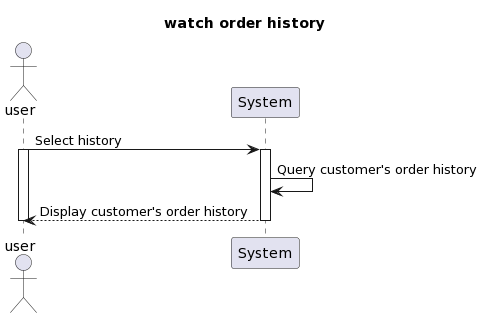
Above: Lab 1.2/Sequence Diagram/Watch order history/Watch order history.png in VietQuoc29/SE357-Pratice-class (PlantUML), before the change. The source it was exported from:
```plantuml
@startuml
Title watch order history

actor user
participant System

user -> System: Select history
activate user
activate System
System -> System: Query customer's order history
System --> user: Display customer's order history
deactivate System
deactivate user
@enduml
```
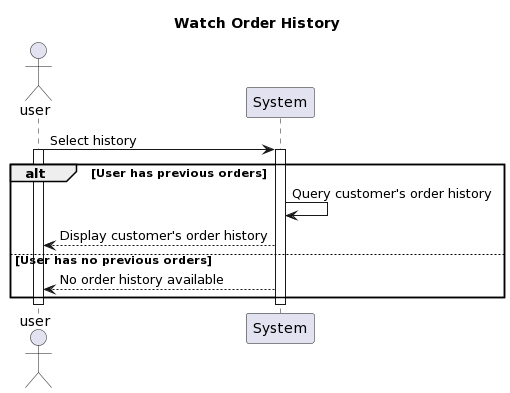
After the change.

The edit, as a diff of the source:
```diff
@@ -1,5 +1,5 @@
 @startuml
-Title watch order history
+Title Watch Order History
 
 actor user
 participant System
@@ -7,8 +7,14 @@
 user -> System: Select history
 activate user
 activate System
-System -> System: Query customer's order history
-System --> user: Display customer's order history
+
+alt User has previous orders
+    System -> System: Query customer's order history
+    System --> user: Display customer's order history
+else User has no previous orders
+    System --> user: No order history available
+end
+
 deactivate System
 deactivate user
 @enduml
```
